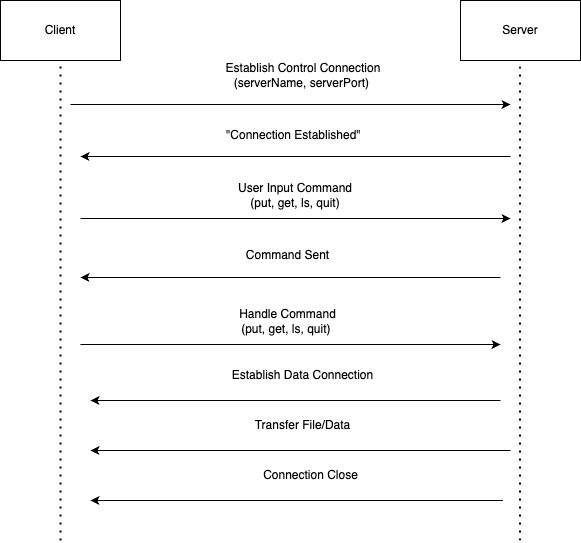
This is FTP.png from pwest1/ftp, a draw.io export, as it was before one commit. Source tidied: cells renumbered, new cells last; positions are measured from the earlier drawing's top-left corner, leaving out a move shared by most shapes. The source it was exported from:
```xml
<mxGraphModel>
  <root>
    <mxCell id="0" />
    <mxCell id="1" parent="0" />
    <mxCell id="2" value="Client" style="rounded=0;whiteSpace=wrap;html=1;" parent="1" vertex="1">
      <mxGeometry width="120" height="60" as="geometry" />
    </mxCell>
    <mxCell id="3" value="Server" style="rounded=0;whiteSpace=wrap;html=1;" parent="1" vertex="1">
      <mxGeometry x="460" width="120" height="60" as="geometry" />
    </mxCell>
    <mxCell id="4" style="endArrow=none;dashed=1;html=1;dashPattern=1 3;strokeWidth=2;rounded=0;entryX=0.5;entryY=1;entryDx=0;entryDy=0;" parent="1" edge="1" target="2">
      <mxGeometry relative="1" as="geometry">
        <mxPoint x="60" y="540" as="sourcePoint" />
        <Array as="points">
          <mxPoint x="60" y="160" />
        </Array>
      </mxGeometry>
    </mxCell>
    <mxCell id="5" style="endArrow=none;dashed=1;html=1;dashPattern=1 3;strokeWidth=2;rounded=0;entryX=0.5;entryY=1;entryDx=0;entryDy=0;" parent="1" edge="1">
      <mxGeometry relative="1" as="geometry">
        <mxPoint x="519.5" y="540" as="sourcePoint" />
        <mxPoint x="519.5" y="60" as="targetPoint" />
      </mxGeometry>
    </mxCell>
    <mxCell id="6" style="endArrow=classic;html=1;rounded=0;" parent="1" edge="1">
      <mxGeometry relative="1" as="geometry">
        <mxPoint x="70" y="104" as="sourcePoint" />
        <mxPoint x="510" y="104" as="targetPoint" />
      </mxGeometry>
    </mxCell>
    <mxCell id="7" value="Establish Control Connection&lt;div&gt;(serverName, serverPort)&amp;nbsp;&lt;br&gt;&lt;/div&gt;" style="text;html=1;align=center;verticalAlign=middle;whiteSpace=wrap;rounded=0;" parent="1" vertex="1">
      <mxGeometry x="217.5" y="60" width="170" height="30" as="geometry" />
    </mxCell>
    <mxCell id="8" style="endArrow=classic;html=1;rounded=0;" parent="1" edge="1">
      <mxGeometry relative="1" as="geometry">
        <mxPoint x="510" y="156" as="sourcePoint" />
        <mxPoint x="80" y="156" as="targetPoint" />
      </mxGeometry>
    </mxCell>
    <mxCell id="9" value="&quot;Connection Established&quot;&amp;nbsp;" style="text;html=1;align=center;verticalAlign=middle;whiteSpace=wrap;rounded=0;" parent="1" vertex="1">
      <mxGeometry x="210" y="120" width="170" height="30" as="geometry" />
    </mxCell>
    <mxCell id="10" style="endArrow=classic;html=1;rounded=0;" parent="1" edge="1">
      <mxGeometry relative="1" as="geometry">
        <mxPoint x="80" y="218" as="sourcePoint" />
        <mxPoint x="510" y="218" as="targetPoint" />
      </mxGeometry>
    </mxCell>
    <mxCell id="11" value="User Input Command&lt;div&gt;&amp;nbsp;(put, get, ls, quit)&amp;nbsp;&lt;/div&gt;" style="text;html=1;align=center;verticalAlign=middle;whiteSpace=wrap;rounded=0;" parent="1" vertex="1">
      <mxGeometry x="230" y="180" width="130" height="30" as="geometry" />
    </mxCell>
    <mxCell id="12" style="endArrow=classic;html=1;rounded=0;" parent="1" edge="1">
      <mxGeometry relative="1" as="geometry">
        <mxPoint x="500" y="277" as="sourcePoint" />
        <mxPoint x="80" y="277" as="targetPoint" />
      </mxGeometry>
    </mxCell>
    <mxCell id="13" value="Command Sent" style="text;html=1;align=center;verticalAlign=middle;whiteSpace=wrap;rounded=0;" parent="1" vertex="1">
      <mxGeometry x="220" y="240" width="135" height="30" as="geometry" />
    </mxCell>
    <mxCell id="14" style="endArrow=classic;html=1;rounded=0;" parent="1" edge="1">
      <mxGeometry relative="1" as="geometry">
        <mxPoint x="80" y="344" as="sourcePoint" />
        <mxPoint x="500" y="344" as="targetPoint" />
      </mxGeometry>
    </mxCell>
    <mxCell id="15" value="&lt;div&gt;Handle Command&lt;/div&gt;&lt;div&gt;&lt;span style=&quot;background-color: initial;&quot;&gt;&amp;nbsp;(put, get, ls, quit)&amp;nbsp;&amp;nbsp;&lt;/span&gt;&lt;/div&gt;" style="text;html=1;align=center;verticalAlign=middle;whiteSpace=wrap;rounded=0;" parent="1" vertex="1">
      <mxGeometry x="200" y="306" width="175" height="30" as="geometry" />
    </mxCell>
    <mxCell id="16" style="endArrow=classic;html=1;rounded=0;" parent="1" edge="1">
      <mxGeometry relative="1" as="geometry">
        <mxPoint x="500" y="400" as="sourcePoint" />
        <mxPoint x="90" y="400" as="targetPoint" />
      </mxGeometry>
    </mxCell>
    <mxCell id="17" value="Establish Data Connection" style="text;html=1;align=center;verticalAlign=middle;whiteSpace=wrap;rounded=0;" parent="1" vertex="1">
      <mxGeometry x="225" y="360" width="155" height="30" as="geometry" />
    </mxCell>
    <mxCell id="18" style="endArrow=classic;html=1;rounded=0;" parent="1" edge="1">
      <mxGeometry relative="1" as="geometry">
        <mxPoint x="510" y="450" as="sourcePoint" />
        <mxPoint x="90" y="450" as="targetPoint" />
      </mxGeometry>
    </mxCell>
    <mxCell id="19" value="Transfer File/Data" style="text;html=1;align=center;verticalAlign=middle;whiteSpace=wrap;rounded=0;" parent="1" vertex="1">
      <mxGeometry x="225" y="410" width="155" height="30" as="geometry" />
    </mxCell>
    <mxCell id="20" style="endArrow=classic;html=1;rounded=0;" parent="1" edge="1">
      <mxGeometry relative="1" as="geometry">
        <mxPoint x="502.5" y="500" as="sourcePoint" />
        <mxPoint x="90" y="500" as="targetPoint" />
      </mxGeometry>
    </mxCell>
    <mxCell id="21" value="Connection Close" style="text;html=1;align=center;verticalAlign=middle;whiteSpace=wrap;rounded=0;" parent="1" vertex="1">
      <mxGeometry x="232.5" y="460" width="155" height="30" as="geometry" />
    </mxCell>
  </root>
</mxGraphModel>
```
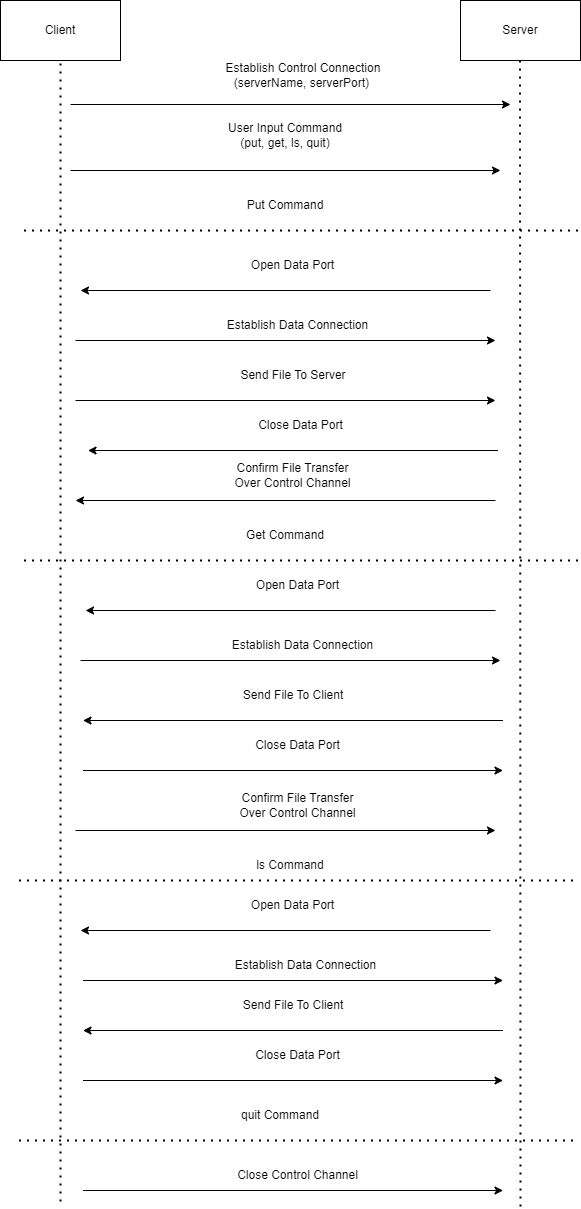
The same file after the commit.

Commit message:
added email and updated diagram

Diff of the diagram source:
```diff
@@ -10,7 +10,7 @@
     </mxCell>
     <mxCell id="4" style="endArrow=none;dashed=1;html=1;dashPattern=1 3;strokeWidth=2;rounded=0;entryX=0.5;entryY=1;entryDx=0;entryDy=0;" parent="1" edge="1" target="2">
       <mxGeometry relative="1" as="geometry">
-        <mxPoint x="60" y="540" as="sourcePoint" />
+        <mxPoint x="60" y="1201" as="sourcePoint" />
         <Array as="points">
           <mxPoint x="60" y="160" />
         </Array>
@@ -18,7 +18,7 @@
     </mxCell>
     <mxCell id="5" style="endArrow=none;dashed=1;html=1;dashPattern=1 3;strokeWidth=2;rounded=0;entryX=0.5;entryY=1;entryDx=0;entryDy=0;" parent="1" edge="1">
       <mxGeometry relative="1" as="geometry">
-        <mxPoint x="519.5" y="540" as="sourcePoint" />
+        <mxPoint x="520" y="1206" as="sourcePoint" />
         <mxPoint x="519.5" y="60" as="targetPoint" />
       </mxGeometry>
     </mxCell>
@@ -31,68 +31,185 @@
     <mxCell id="7" value="Establish Control Connection&lt;div&gt;(serverName, serverPort)&amp;nbsp;&lt;br&gt;&lt;/div&gt;" style="text;html=1;align=center;verticalAlign=middle;whiteSpace=wrap;rounded=0;" parent="1" vertex="1">
       <mxGeometry x="217.5" y="60" width="170" height="30" as="geometry" />
     </mxCell>
-    <mxCell id="8" style="endArrow=classic;html=1;rounded=0;" parent="1" edge="1">
-      <mxGeometry relative="1" as="geometry">
-        <mxPoint x="510" y="156" as="sourcePoint" />
-        <mxPoint x="80" y="156" as="targetPoint" />
-      </mxGeometry>
-    </mxCell>
-    <mxCell id="9" value="&quot;Connection Established&quot;&amp;nbsp;" style="text;html=1;align=center;verticalAlign=middle;whiteSpace=wrap;rounded=0;" parent="1" vertex="1">
-      <mxGeometry x="210" y="120" width="170" height="30" as="geometry" />
+    <mxCell id="9" value="Send File To Server" style="text;html=1;align=center;verticalAlign=middle;whiteSpace=wrap;rounded=0;" parent="1" vertex="1">
+      <mxGeometry x="207.5" y="360" width="170" height="30" as="geometry" />
     </mxCell>
     <mxCell id="10" style="endArrow=classic;html=1;rounded=0;" parent="1" edge="1">
       <mxGeometry relative="1" as="geometry">
-        <mxPoint x="80" y="218" as="sourcePoint" />
-        <mxPoint x="510" y="218" as="targetPoint" />
+        <mxPoint x="70" y="170" as="sourcePoint" />
+        <mxPoint x="500" y="170" as="targetPoint" />
       </mxGeometry>
     </mxCell>
     <mxCell id="11" value="User Input Command&lt;div&gt;&amp;nbsp;(put, get, ls, quit)&amp;nbsp;&lt;/div&gt;" style="text;html=1;align=center;verticalAlign=middle;whiteSpace=wrap;rounded=0;" parent="1" vertex="1">
-      <mxGeometry x="230" y="180" width="130" height="30" as="geometry" />
+      <mxGeometry x="220" y="120" width="130" height="30" as="geometry" />
     </mxCell>
     <mxCell id="12" style="endArrow=classic;html=1;rounded=0;" parent="1" edge="1">
       <mxGeometry relative="1" as="geometry">
-        <mxPoint x="500" y="277" as="sourcePoint" />
-        <mxPoint x="80" y="277" as="targetPoint" />
+        <mxPoint x="495" y="500" as="sourcePoint" />
+        <mxPoint x="75" y="500" as="targetPoint" />
       </mxGeometry>
     </mxCell>
-    <mxCell id="13" value="Command Sent" style="text;html=1;align=center;verticalAlign=middle;whiteSpace=wrap;rounded=0;" parent="1" vertex="1">
-      <mxGeometry x="220" y="240" width="135" height="30" as="geometry" />
+    <mxCell id="13" value="Confirm File Transfer Over Control Channel" style="text;html=1;align=center;verticalAlign=middle;whiteSpace=wrap;rounded=0;" parent="1" vertex="1">
+      <mxGeometry x="225" y="460" width="135" height="30" as="geometry" />
     </mxCell>
     <mxCell id="14" style="endArrow=classic;html=1;rounded=0;" parent="1" edge="1">
       <mxGeometry relative="1" as="geometry">
-        <mxPoint x="80" y="344" as="sourcePoint" />
-        <mxPoint x="500" y="344" as="targetPoint" />
+        <mxPoint x="75" y="340" as="sourcePoint" />
+        <mxPoint x="495" y="340" as="targetPoint" />
       </mxGeometry>
     </mxCell>
-    <mxCell id="15" value="&lt;div&gt;Handle Command&lt;/div&gt;&lt;div&gt;&lt;span style=&quot;background-color: initial;&quot;&gt;&amp;nbsp;(put, get, ls, quit)&amp;nbsp;&amp;nbsp;&lt;/span&gt;&lt;/div&gt;" style="text;html=1;align=center;verticalAlign=middle;whiteSpace=wrap;rounded=0;" parent="1" vertex="1">
-      <mxGeometry x="200" y="306" width="175" height="30" as="geometry" />
-    </mxCell>
     <mxCell id="16" style="endArrow=classic;html=1;rounded=0;" parent="1" edge="1">
       <mxGeometry relative="1" as="geometry">
-        <mxPoint x="500" y="400" as="sourcePoint" />
-        <mxPoint x="90" y="400" as="targetPoint" />
+        <mxPoint x="490" y="290" as="sourcePoint" />
+        <mxPoint x="80" y="290" as="targetPoint" />
       </mxGeometry>
     </mxCell>
-    <mxCell id="17" value="Establish Data Connection" style="text;html=1;align=center;verticalAlign=middle;whiteSpace=wrap;rounded=0;" parent="1" vertex="1">
-      <mxGeometry x="225" y="360" width="155" height="30" as="geometry" />
+    <mxCell id="17" value="Open Data Port" style="text;html=1;align=center;verticalAlign=middle;whiteSpace=wrap;rounded=0;" parent="1" vertex="1">
+      <mxGeometry x="215" y="250" width="155" height="30" as="geometry" />
     </mxCell>
-    <mxCell id="18" style="endArrow=classic;html=1;rounded=0;" parent="1" edge="1">
-      <mxGeometry relative="1" as="geometry">
-        <mxPoint x="510" y="450" as="sourcePoint" />
-        <mxPoint x="90" y="450" as="targetPoint" />
-      </mxGeometry>
-    </mxCell>
-    <mxCell id="19" value="Transfer File/Data" style="text;html=1;align=center;verticalAlign=middle;whiteSpace=wrap;rounded=0;" parent="1" vertex="1">
-      <mxGeometry x="225" y="410" width="155" height="30" as="geometry" />
-    </mxCell>
-    <mxCell id="20" style="endArrow=classic;html=1;rounded=0;" parent="1" edge="1">
-      <mxGeometry relative="1" as="geometry">
-        <mxPoint x="502.5" y="500" as="sourcePoint" />
-        <mxPoint x="90" y="500" as="targetPoint" />
-      </mxGeometry>
-    </mxCell>
-    <mxCell id="21" value="Connection Close" style="text;html=1;align=center;verticalAlign=middle;whiteSpace=wrap;rounded=0;" parent="1" vertex="1">
-      <mxGeometry x="232.5" y="460" width="155" height="30" as="geometry" />
-    </mxCell>
+    <mxCell id="22" style="endArrow=none;dashed=1;html=1;dashPattern=1 3;strokeWidth=2;rounded=0;" parent="1" edge="1">
+      <mxGeometry relative="1" as="geometry">
+        <mxPoint x="577.5" y="230" as="sourcePoint" />
+        <mxPoint x="17.5" y="230" as="targetPoint" />
+      </mxGeometry>
+    </mxCell>
+    <mxCell id="23" value="&lt;div&gt;Put Command&lt;/div&gt;" style="text;html=1;align=center;verticalAlign=middle;whiteSpace=wrap;rounded=0;" parent="1" vertex="1">
+      <mxGeometry x="200" y="190" width="170" height="30" as="geometry" />
+    </mxCell>
+    <mxCell id="24" value="Establish Data Connection" style="text;html=1;align=center;verticalAlign=middle;whiteSpace=wrap;rounded=0;" parent="1" vertex="1">
+      <mxGeometry x="220" y="310" width="155" height="30" as="geometry" />
+    </mxCell>
+    <mxCell id="25" style="endArrow=classic;html=1;rounded=0;" parent="1" edge="1">
+      <mxGeometry relative="1" as="geometry">
+        <mxPoint x="75" y="400" as="sourcePoint" />
+        <mxPoint x="495" y="400" as="targetPoint" />
+      </mxGeometry>
+    </mxCell>
+    <mxCell id="26" style="endArrow=none;dashed=1;html=1;dashPattern=1 3;strokeWidth=2;rounded=0;" parent="1" edge="1">
+      <mxGeometry relative="1" as="geometry">
+        <mxPoint x="577.5" y="560" as="sourcePoint" />
+        <mxPoint x="17.5" y="560" as="targetPoint" />
+      </mxGeometry>
+    </mxCell>
+    <mxCell id="27" value="&lt;div&gt;Get Command&lt;/div&gt;" style="text;html=1;align=center;verticalAlign=middle;whiteSpace=wrap;rounded=0;" parent="1" vertex="1">
+      <mxGeometry x="200" y="520" width="170" height="30" as="geometry" />
+    </mxCell>
+    <mxCell id="28" style="endArrow=classic;html=1;rounded=0;" parent="1" edge="1">
+      <mxGeometry relative="1" as="geometry">
+        <mxPoint x="80" y="660" as="sourcePoint" />
+        <mxPoint x="500" y="660" as="targetPoint" />
+      </mxGeometry>
+    </mxCell>
+    <mxCell id="29" style="endArrow=classic;html=1;rounded=0;" parent="1" edge="1">
+      <mxGeometry relative="1" as="geometry">
+        <mxPoint x="495" y="610" as="sourcePoint" />
+        <mxPoint x="85" y="610" as="targetPoint" />
+      </mxGeometry>
+    </mxCell>
+    <mxCell id="30" value="Open Data Port" style="text;html=1;align=center;verticalAlign=middle;whiteSpace=wrap;rounded=0;" parent="1" vertex="1">
+      <mxGeometry x="220" y="570" width="155" height="30" as="geometry" />
+    </mxCell>
+    <mxCell id="31" value="Establish Data Connection" style="text;html=1;align=center;verticalAlign=middle;whiteSpace=wrap;rounded=0;" parent="1" vertex="1">
+      <mxGeometry x="225" y="630" width="155" height="30" as="geometry" />
+    </mxCell>
+    <mxCell id="32" style="endArrow=classic;html=1;rounded=0;" parent="1" edge="1">
+      <mxGeometry relative="1" as="geometry">
+        <mxPoint x="497.5" y="450" as="sourcePoint" />
+        <mxPoint x="87.5" y="450" as="targetPoint" />
+      </mxGeometry>
+    </mxCell>
+    <mxCell id="33" value="Close Data Port" style="text;html=1;align=center;verticalAlign=middle;whiteSpace=wrap;rounded=0;" parent="1" vertex="1">
+      <mxGeometry x="222.5" y="410" width="155" height="30" as="geometry" />
+    </mxCell>
+    <mxCell id="34" value="Send File To Client" style="text;html=1;align=center;verticalAlign=middle;whiteSpace=wrap;rounded=0;" parent="1" vertex="1">
+      <mxGeometry x="207.5" y="680" width="170" height="30" as="geometry" />
+    </mxCell>
+    <mxCell id="35" style="endArrow=classic;html=1;rounded=0;" parent="1" edge="1">
+      <mxGeometry relative="1" as="geometry">
+        <mxPoint x="502.5" y="720" as="sourcePoint" />
+        <mxPoint x="82.5" y="720" as="targetPoint" />
+      </mxGeometry>
+    </mxCell>
+    <mxCell id="36" value="Confirm File Transfer Over Control Channel" style="text;html=1;align=center;verticalAlign=middle;whiteSpace=wrap;rounded=0;" parent="1" vertex="1">
+      <mxGeometry x="230" y="790" width="135" height="30" as="geometry" />
+    </mxCell>
+    <mxCell id="37" value="Close Data Port" style="text;html=1;align=center;verticalAlign=middle;whiteSpace=wrap;rounded=0;" parent="1" vertex="1">
+      <mxGeometry x="220" y="730" width="155" height="30" as="geometry" />
+    </mxCell>
+    <mxCell id="38" style="endArrow=classic;html=1;rounded=0;" parent="1" edge="1">
+      <mxGeometry relative="1" as="geometry">
+        <mxPoint x="75" y="830" as="sourcePoint" />
+        <mxPoint x="495" y="830" as="targetPoint" />
+      </mxGeometry>
+    </mxCell>
+    <mxCell id="39" style="endArrow=classic;html=1;rounded=0;" parent="1" edge="1">
+      <mxGeometry relative="1" as="geometry">
+        <mxPoint x="82.5" y="770" as="sourcePoint" />
+        <mxPoint x="502.5" y="770" as="targetPoint" />
+      </mxGeometry>
+    </mxCell>
+    <mxCell id="40" style="endArrow=none;dashed=1;html=1;dashPattern=1 3;strokeWidth=2;rounded=0;" parent="1" edge="1">
+      <mxGeometry relative="1" as="geometry">
+        <mxPoint x="572.5" y="880" as="sourcePoint" />
+        <mxPoint x="12.5" y="880" as="targetPoint" />
+      </mxGeometry>
+    </mxCell>
+    <mxCell id="41" value="&lt;div&gt;ls Command&lt;/div&gt;" style="text;html=1;align=center;verticalAlign=middle;whiteSpace=wrap;rounded=0;" parent="1" vertex="1">
+      <mxGeometry x="205" y="850" width="170" height="30" as="geometry" />
+    </mxCell>
+    <mxCell id="42" style="endArrow=classic;html=1;rounded=0;" parent="1" edge="1">
+      <mxGeometry relative="1" as="geometry">
+        <mxPoint x="490" y="930" as="sourcePoint" />
+        <mxPoint x="80" y="930" as="targetPoint" />
+      </mxGeometry>
+    </mxCell>
+    <mxCell id="43" value="Open Data Port" style="text;html=1;align=center;verticalAlign=middle;whiteSpace=wrap;rounded=0;" parent="1" vertex="1">
+      <mxGeometry x="215" y="890" width="155" height="30" as="geometry" />
+    </mxCell>
+    <mxCell id="44" style="endArrow=classic;html=1;rounded=0;" parent="1" edge="1">
+      <mxGeometry relative="1" as="geometry">
+        <mxPoint x="82.5" y="980" as="sourcePoint" />
+        <mxPoint x="502.5" y="980" as="targetPoint" />
+      </mxGeometry>
+    </mxCell>
+    <mxCell id="45" value="Establish Data Connection" style="text;html=1;align=center;verticalAlign=middle;whiteSpace=wrap;rounded=0;" parent="1" vertex="1">
+      <mxGeometry x="227.5" y="950" width="155" height="30" as="geometry" />
+    </mxCell>
+    <mxCell id="46" value="Send File To Client" style="text;html=1;align=center;verticalAlign=middle;whiteSpace=wrap;rounded=0;" parent="1" vertex="1">
+      <mxGeometry x="207.5" y="990" width="170" height="30" as="geometry" />
+    </mxCell>
+    <mxCell id="47" style="endArrow=classic;html=1;rounded=0;" parent="1" edge="1">
+      <mxGeometry relative="1" as="geometry">
+        <mxPoint x="502.5" y="1030" as="sourcePoint" />
+        <mxPoint x="82.5" y="1030" as="targetPoint" />
+      </mxGeometry>
+    </mxCell>
+    <mxCell id="48" value="Close Data Port" style="text;html=1;align=center;verticalAlign=middle;whiteSpace=wrap;rounded=0;" parent="1" vertex="1">
+      <mxGeometry x="220" y="1040" width="155" height="30" as="geometry" />
+    </mxCell>
+    <mxCell id="49" style="endArrow=classic;html=1;rounded=0;" parent="1" edge="1">
+      <mxGeometry relative="1" as="geometry">
+        <mxPoint x="82.5" y="1080" as="sourcePoint" />
+        <mxPoint x="502.5" y="1080" as="targetPoint" />
+      </mxGeometry>
+    </mxCell>
+    <mxCell id="50" style="endArrow=none;dashed=1;html=1;dashPattern=1 3;strokeWidth=2;rounded=0;" parent="1" edge="1">
+      <mxGeometry relative="1" as="geometry">
+        <mxPoint x="572.5" y="1140" as="sourcePoint" />
+        <mxPoint x="12.5" y="1140" as="targetPoint" />
+      </mxGeometry>
+    </mxCell>
+    <mxCell id="51" value="&lt;div&gt;quit Command&lt;/div&gt;" style="text;html=1;align=center;verticalAlign=middle;whiteSpace=wrap;rounded=0;" parent="1" vertex="1">
+      <mxGeometry x="195" y="1100" width="170" height="30" as="geometry" />
+    </mxCell>
+    <mxCell id="52" value="Close Control Channel" style="text;html=1;align=center;verticalAlign=middle;whiteSpace=wrap;rounded=0;" parent="1" vertex="1">
+      <mxGeometry x="220" y="1160" width="155" height="30" as="geometry" />
+    </mxCell>
+    <mxCell id="53" style="endArrow=classic;html=1;rounded=0;" parent="1" edge="1">
+      <mxGeometry relative="1" as="geometry">
+        <mxPoint x="82.5" y="1190" as="sourcePoint" />
+        <mxPoint x="502.5" y="1190" as="targetPoint" />
+      </mxGeometry>
+    </mxCell>
   </root>
 </mxGraphModel>
```
